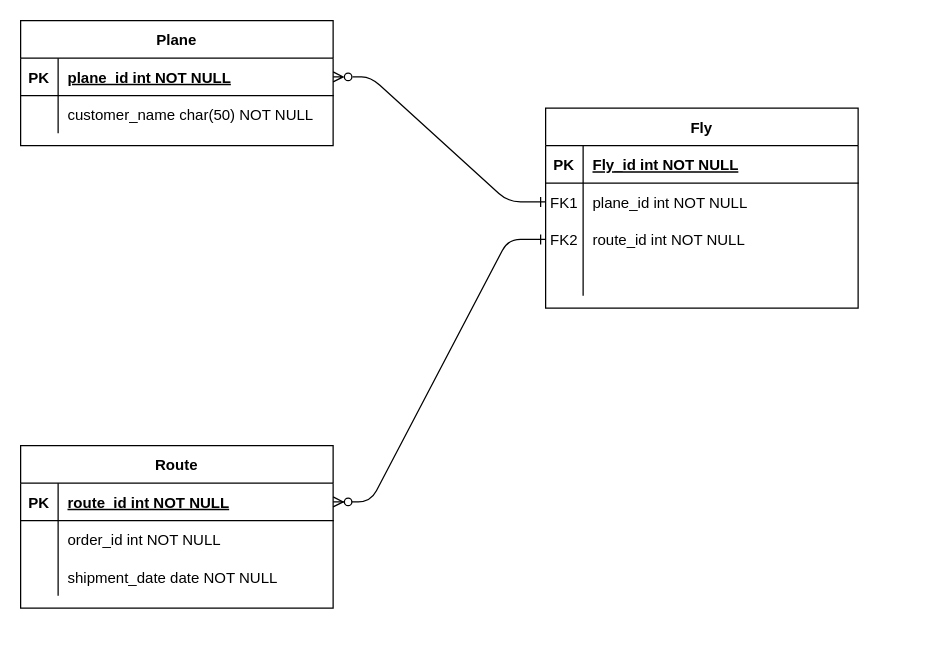
Before: Untitled Diagram.drawio in dickwu/youdian, a draw.io diagram. Source tidied: cells renumbered, new cells numbered last; positions are measured from the earlier drawing's top-left corner, leaving out a move shared by most shapes. Both pictures are drawn from the tidied source at 125%, with x=0, y=0 at pixel (20, 20).
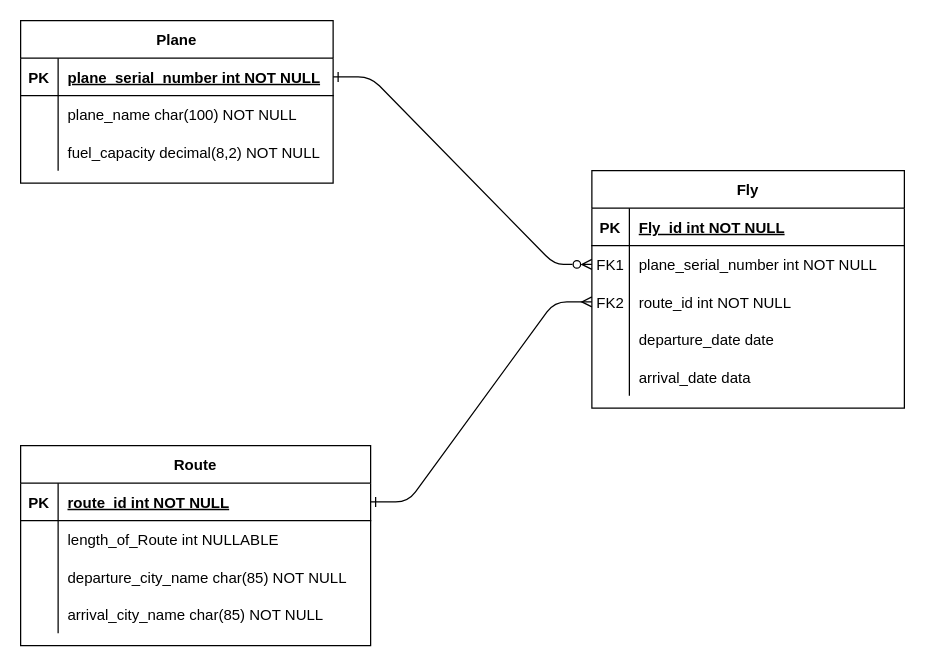
The same diagram, later.

Unchanged cells that the change refers to:
```xml
<mxCell id="8" style="shape=partialRectangle;fillColor=none;points=[[0,0.5],[1,0.5]];portConstraint=eastwest;top=0;left=0;right=0;bottom=0;" parent="4" vertex="1">
  <mxGeometry y="60" width="250" height="30" as="geometry" />
</mxCell>
<mxCell id="11" style="shape=partialRectangle;fillColor=none;points=[[0,0.5],[1,0.5]];portConstraint=eastwest;top=0;left=0;right=0;bottom=0;" parent="4" vertex="1">
  <mxGeometry y="90" width="250" height="30" as="geometry" />
</mxCell>
<mxCell id="14" style="shape=partialRectangle;fillColor=none;top=0;left=0;right=0;bottom=0;" parent="4" vertex="1">
  <mxGeometry y="120" width="250" height="30" as="geometry" />
</mxCell>
<mxCell id="28" style="shape=partialRectangle;fillColor=none;points=[[0,0.5],[1,0.5]];portConstraint=eastwest;top=0;left=0;right=0;bottom=1;" parent="27" vertex="1">
  <mxGeometry y="30" width="250" height="30" as="geometry" />
</mxCell>
<mxCell id="31" style="shape=partialRectangle;fillColor=none;top=0;left=0;right=0;bottom=0;" parent="27" vertex="1">
  <mxGeometry y="60" width="250" height="30" as="geometry" />
</mxCell>
```

Change to the diagram source:
```diff
@@
-    <mxCell id="2" style="edgeStyle=entityRelationEdgeStyle;endArrow=ERzeroToMany;startArrow=ERone;endFill=0;startFill=0;entryX=1;entryY=0.5;entryDx=0;entryDy=0;exitX=0;exitY=0.5;exitDx=0;exitDy=0;" parent="1" edge="1" source="8" target="28">
+    <mxCell id="2" style="edgeStyle=entityRelationEdgeStyle;endArrow=ERzeroToMany;startArrow=ERone;endFill=0;startFill=0;exitX=1;exitY=0.5;exitDx=0;exitDy=0;entryX=0;entryY=0.5;entryDx=0;entryDy=0;" parent="1" edge="1" source="28" target="8">
       <mxGeometry relative="1" as="geometry" />
     </mxCell>
-    <mxCell id="3" style="edgeStyle=entityRelationEdgeStyle;endArrow=ERzeroToMany;startArrow=ERone;endFill=1;startFill=0;exitX=0;exitY=0.5;exitDx=0;exitDy=0;entryX=1;entryY=0.5;entryDx=0;entryDy=0;" parent="1" edge="1" source="11" target="18">
+    <mxCell id="3" style="edgeStyle=entityRelationEdgeStyle;endArrow=ERmany;startArrow=ERone;endFill=0;startFill=0;entryX=0;entryY=0.5;entryDx=0;entryDy=0;exitX=1;exitY=0.5;exitDx=0;exitDy=0;" parent="1" edge="1" source="18" target="11">
       <mxGeometry relative="1" as="geometry" />
     </mxCell>
     <mxCell id="4" value="Fly" style="shape=table;startSize=30;childLayout=tableLayout;rowLines=0;fontStyle=1;align=center;" parent="1" vertex="1">
-      <mxGeometry x="420" y="70" width="250" height="160" as="geometry" />
+      <mxGeometry x="457" y="120" width="250" height="190" as="geometry" />
     </mxCell>
@@
-    <mxCell id="10" value="plane_id int NOT NULL" style="shape=partialRectangle;overflow=hidden;fillColor=none;top=0;left=0;bottom=0;right=0;align=left;spacingLeft=6;" parent="8" vertex="1">
+    <mxCell id="10" value="plane_serial_number int NOT NULL" style="shape=partialRectangle;overflow=hidden;fillColor=none;top=0;left=0;bottom=0;right=0;align=left;spacingLeft=6;" parent="8" vertex="1">
       <mxGeometry x="30" width="220" height="30" as="geometry" />
     </mxCell>
@@
-    <mxCell id="16" style="shape=partialRectangle;overflow=hidden;fillColor=none;top=0;left=0;bottom=0;right=0;align=left;spacingLeft=6;" parent="14" vertex="1">
+    <mxCell id="16" value="departure_date date" style="shape=partialRectangle;overflow=hidden;fillColor=none;top=0;left=0;bottom=0;right=0;align=left;spacingLeft=6;" parent="14" vertex="1">
       <mxGeometry x="30" width="220" height="30" as="geometry" />
     </mxCell>
+    <mxCell id="34" style="shape=partialRectangle;fillColor=none;top=0;left=0;right=0;bottom=0;" parent="4" vertex="1">
+      <mxGeometry y="150" width="250" height="30" as="geometry" />
+    </mxCell>
+    <mxCell id="35" style="shape=partialRectangle;overflow=hidden;fillColor=none;top=0;left=0;bottom=0;right=0;" parent="34" vertex="1">
+      <mxGeometry width="30" height="30" as="geometry" />
+    </mxCell>
+    <mxCell id="36" value="arrival_date data" style="shape=partialRectangle;overflow=hidden;fillColor=none;top=0;left=0;bottom=0;right=0;align=left;spacingLeft=6;" parent="34" vertex="1">
+      <mxGeometry x="30" width="220" height="30" as="geometry" />
+    </mxCell>
     <mxCell id="17" value="Route" style="shape=table;startSize=30;childLayout=tableLayout;rowLines=0;fontStyle=1;align=center;" parent="1" vertex="1">
-      <mxGeometry y="340" width="250" height="130" as="geometry" />
+      <mxGeometry y="340" width="280" height="160" as="geometry" />
     </mxCell>
     <mxCell id="18" style="shape=partialRectangle;fillColor=none;points=[[0,0.5],[1,0.5]];portConstraint=eastwest;top=0;left=0;right=0;bottom=1;" parent="17" vertex="1">
-      <mxGeometry y="30" width="250" height="30" as="geometry" />
+      <mxGeometry y="30" width="280" height="30" as="geometry" />
     </mxCell>
@@
     <mxCell id="20" value="route_id int NOT NULL " style="shape=partialRectangle;overflow=hidden;fillColor=none;top=0;left=0;bottom=0;right=0;align=left;spacingLeft=6;fontStyle=5;" parent="18" vertex="1">
-      <mxGeometry x="30" width="220" height="30" as="geometry" />
+      <mxGeometry x="30" width="250" height="30" as="geometry" />
     </mxCell>
     <mxCell id="21" style="shape=partialRectangle;fillColor=none;top=0;left=0;right=0;bottom=0;" parent="17" vertex="1">
-      <mxGeometry y="60" width="250" height="30" as="geometry" />
+      <mxGeometry y="60" width="280" height="30" as="geometry" />
     </mxCell>
@@
-    <mxCell id="23" value="order_id int NOT NULL" style="shape=partialRectangle;overflow=hidden;fillColor=none;top=0;left=0;bottom=0;right=0;align=left;spacingLeft=6;" parent="21" vertex="1">
-      <mxGeometry x="30" width="220" height="30" as="geometry" />
+    <mxCell id="23" value="length_of_Route int NULLABLE" style="shape=partialRectangle;overflow=hidden;fillColor=none;top=0;left=0;bottom=0;right=0;align=left;spacingLeft=6;" parent="21" vertex="1">
+      <mxGeometry x="30" width="250" height="30" as="geometry" />
     </mxCell>
     <mxCell id="24" style="shape=partialRectangle;fillColor=none;top=0;left=0;right=0;bottom=0;" parent="17" vertex="1">
-      <mxGeometry y="90" width="250" height="30" as="geometry" />
+      <mxGeometry y="90" width="280" height="30" as="geometry" />
     </mxCell>
@@
-    <mxCell id="26" value="shipment_date date NOT NULL" style="shape=partialRectangle;overflow=hidden;fillColor=none;top=0;left=0;bottom=0;right=0;align=left;spacingLeft=6;" parent="24" vertex="1">
-      <mxGeometry x="30" width="220" height="30" as="geometry" />
+    <mxCell id="26" value="departure_city_name char(85) NOT NULL" style="shape=partialRectangle;overflow=hidden;fillColor=none;top=0;left=0;bottom=0;right=0;align=left;spacingLeft=6;" parent="24" vertex="1">
+      <mxGeometry x="30" width="250" height="30" as="geometry" />
     </mxCell>
+    <mxCell id="37" style="shape=partialRectangle;fillColor=none;top=0;left=0;right=0;bottom=0;" parent="17" vertex="1">
+      <mxGeometry y="120" width="280" height="30" as="geometry" />
+    </mxCell>
+    <mxCell id="38" style="shape=partialRectangle;overflow=hidden;fillColor=none;top=0;left=0;bottom=0;right=0;" parent="37" vertex="1">
+      <mxGeometry width="30" height="30" as="geometry" />
+    </mxCell>
+    <mxCell id="39" value="arrival_city_name char(85) NOT NULL" style="shape=partialRectangle;overflow=hidden;fillColor=none;top=0;left=0;bottom=0;right=0;align=left;spacingLeft=6;" parent="37" vertex="1">
+      <mxGeometry x="30" width="250" height="30" as="geometry" />
+    </mxCell>
     <mxCell id="27" value="Plane" style="shape=table;startSize=30;childLayout=tableLayout;rowLines=0;fontStyle=1;align=center;" parent="1" vertex="1">
-      <mxGeometry width="250" height="100" as="geometry" />
+      <mxGeometry width="250" height="130" as="geometry" />
     </mxCell>
@@
-    <mxCell id="30" value="plane_id int NOT NULL " style="shape=partialRectangle;overflow=hidden;fillColor=none;top=0;left=0;bottom=0;right=0;align=left;spacingLeft=6;fontStyle=5;" parent="28" vertex="1">
+    <mxCell id="30" value="plane_serial_number int NOT NULL " style="shape=partialRectangle;overflow=hidden;fillColor=none;top=0;left=0;bottom=0;right=0;align=left;spacingLeft=6;fontStyle=5;" parent="28" vertex="1">
       <mxGeometry x="30" width="220" height="30" as="geometry" />
     </mxCell>
@@
-    <mxCell id="33" value="customer_name char(50) NOT NULL" style="shape=partialRectangle;overflow=hidden;fillColor=none;top=0;left=0;bottom=0;right=0;align=left;spacingLeft=6;" parent="31" vertex="1">
+    <mxCell id="33" value="plane_name char(100) NOT NULL" style="shape=partialRectangle;overflow=hidden;fillColor=none;top=0;left=0;bottom=0;right=0;align=left;spacingLeft=6;" parent="31" vertex="1">
       <mxGeometry x="30" width="220" height="30" as="geometry" />
     </mxCell>
+    <mxCell id="40" style="shape=partialRectangle;fillColor=none;top=0;left=0;right=0;bottom=0;" parent="27" vertex="1">
+      <mxGeometry y="90" width="250" height="30" as="geometry" />
+    </mxCell>
+    <mxCell id="41" style="shape=partialRectangle;overflow=hidden;fillColor=none;top=0;left=0;bottom=0;right=0;" parent="40" vertex="1">
+      <mxGeometry width="30" height="30" as="geometry" />
+    </mxCell>
+    <mxCell id="42" value="fuel_capacity decimal(8,2) NOT NULL" style="shape=partialRectangle;overflow=hidden;fillColor=none;top=0;left=0;bottom=0;right=0;align=left;spacingLeft=6;" parent="40" vertex="1">
+      <mxGeometry x="30" width="220" height="30" as="geometry" />
+    </mxCell>
```
